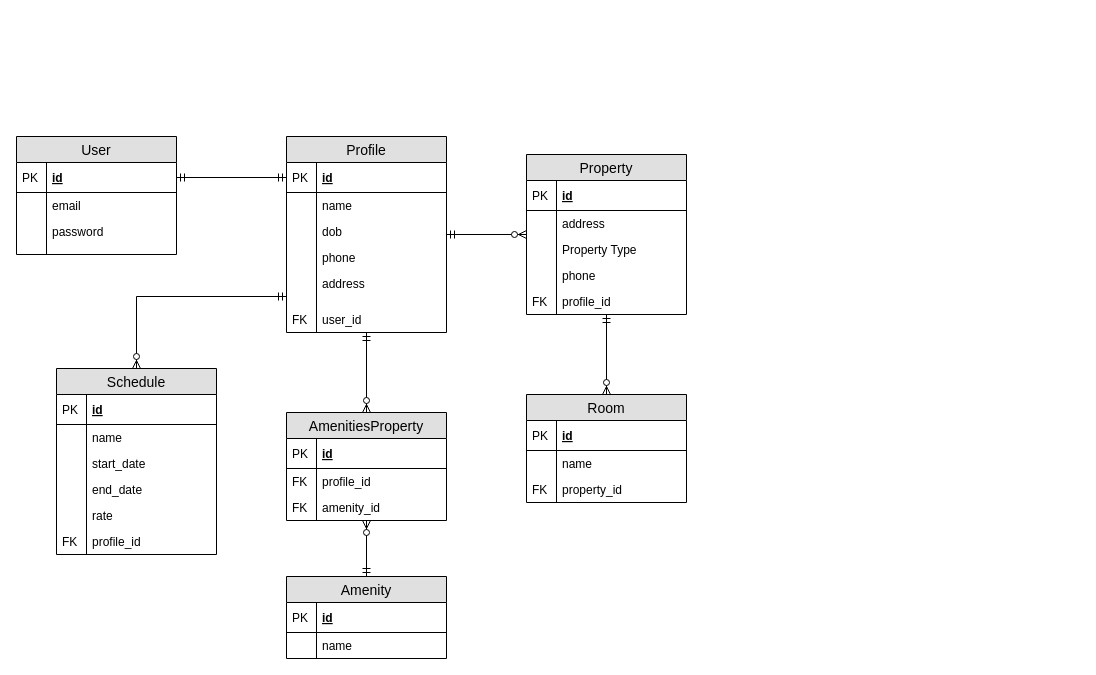
Earlier version of the draw.io diagram air-bnb-erd.drawio (hirengondhiya/HirenGondhiya_T2A1). Source tidied: cells renumbered, new cells numbered last; positions are measured from the earlier drawing's top-left corner, leaving out a move shared by most shapes. Both pictures are drawn from the tidied source at 100%, with x=0, y=0 at pixel (16, 136).
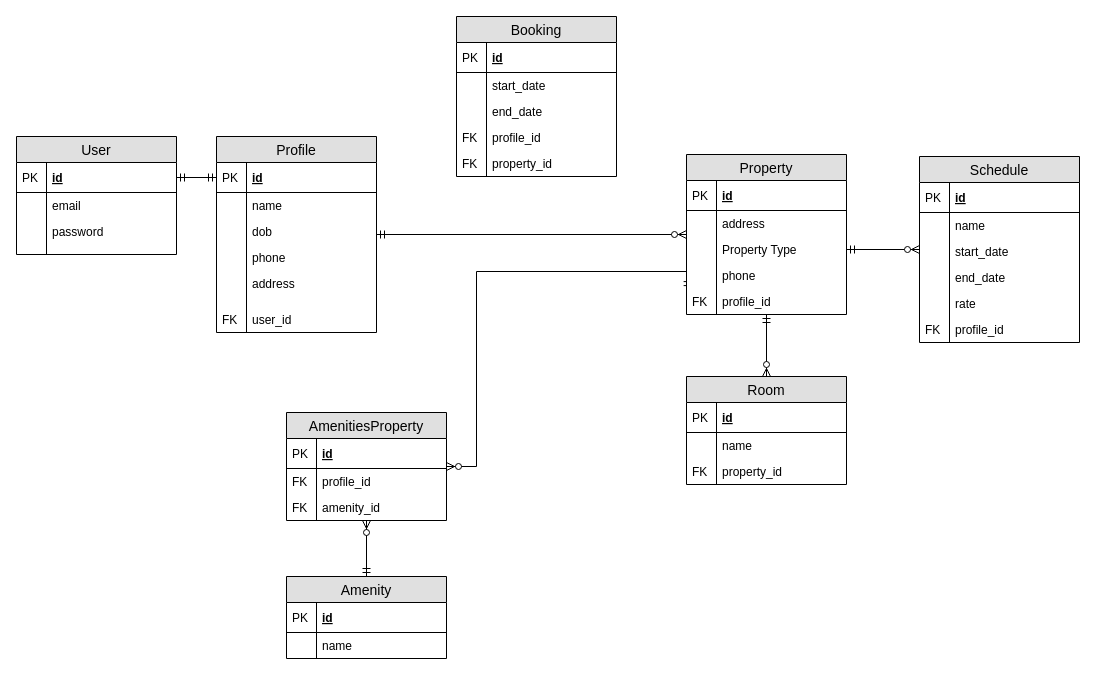
The same diagram, later.

Unchanged cells that the change refers to:
```xml
<mxCell id="44" value="AmenitiesProperty" style="swimlane;fontStyle=0;horizontal=1;startSize=26;fillColor=#e0e0e0;swimlaneFillColor=#ffffff;align=center;fontSize=14;" parent="1" vertex="1">
  <mxGeometry x="270" y="276" width="160" height="108" as="geometry" />
</mxCell>
<mxCell id="62" value="Property Type" style="shape=partialRectangle;top=0;left=0;right=0;bottom=0;align=left;verticalAlign=top;fillColor=none;spacingLeft=34;spacingRight=4;overflow=hidden;points=[[0,0.5],[1,0.5]];portConstraint=eastwest;fontSize=12;" parent="57" vertex="1">
  <mxGeometry y="82" width="160" height="26" as="geometry" />
</mxCell>
<mxCell id="66" value="profile_id" style="shape=partialRectangle;top=0;left=0;right=0;bottom=0;align=left;verticalAlign=top;fillColor=none;spacingLeft=34;spacingRight=4;overflow=hidden;points=[[0,0.5],[1,0.5]];portConstraint=eastwest;fontSize=12;" parent="57" vertex="1">
  <mxGeometry y="134" width="160" height="26" as="geometry" />
</mxCell>
```

Diff of the diagram source:
```diff
@@
-    <mxCell id="13" style="edgeStyle=orthogonalEdgeStyle;rounded=0;jettySize=auto;html=1;startArrow=ERmandOne;startFill=0;endArrow=ERzeroToMany;endFill=1;" parent="1" edge="1" source="15" target="44">
-      <mxGeometry relative="1" as="geometry" />
-    </mxCell>
-    <mxCell id="14" style="edgeStyle=orthogonalEdgeStyle;rounded=0;jettySize=auto;html=1;startArrow=ERmandOne;startFill=0;endArrow=ERzeroToMany;endFill=1;" parent="1" edge="1" source="15" target="30">
-      <mxGeometry relative="1" as="geometry">
-        <Array as="points">
-          <mxPoint x="120" y="160" />
-        </Array>
-      </mxGeometry>
-    </mxCell>
     <mxCell id="15" value="Profile" style="swimlane;fontStyle=0;horizontal=1;startSize=26;fillColor=#e0e0e0;swimlaneFillColor=#ffffff;align=center;fontSize=14;" parent="1" vertex="1">
-      <mxGeometry x="270" width="160" height="196" as="geometry" />
+      <mxGeometry x="200" width="160" height="196" as="geometry" />
     </mxCell>
@@
+    <mxCell id="75" style="edgeStyle=orthogonalEdgeStyle;rounded=0;jettySize=auto;html=1;entryX=1;entryY=0.5;entryDx=0;entryDy=0;startArrow=ERzeroToMany;startFill=1;endArrow=ERmandOne;endFill=0;" parent="1" edge="1" source="30" target="62">
+      <mxGeometry relative="1" as="geometry" />
+    </mxCell>
     <mxCell id="30" value="Schedule" style="swimlane;fontStyle=0;horizontal=1;startSize=26;fillColor=#e0e0e0;swimlaneFillColor=#ffffff;align=center;fontSize=14;" parent="1" vertex="1">
-      <mxGeometry x="40" y="232" width="160" height="186" as="geometry" />
+      <mxGeometry x="903" y="20" width="160" height="186" as="geometry" />
     </mxCell>
@@
+    <mxCell id="76" style="edgeStyle=orthogonalEdgeStyle;rounded=0;jettySize=auto;html=1;entryX=0.007;entryY=0.042;entryDx=0;entryDy=0;entryPerimeter=0;startArrow=ERzeroToMany;startFill=1;endArrow=ERmandOne;endFill=0;" parent="1" edge="1" source="44" target="66">
+      <mxGeometry relative="1" as="geometry">
+        <Array as="points">
+          <mxPoint x="460" y="330" />
+          <mxPoint x="460" y="135" />
+        </Array>
+      </mxGeometry>
+    </mxCell>
@@
     <mxCell id="57" value="Property" style="swimlane;fontStyle=0;horizontal=1;startSize=26;fillColor=#e0e0e0;swimlaneFillColor=#ffffff;align=center;fontSize=14;" parent="1" vertex="1">
-      <mxGeometry x="510" y="18" width="160" height="160" as="geometry" />
+      <mxGeometry x="670" y="18" width="160" height="160" as="geometry" />
     </mxCell>
@@
     <mxCell id="68" value="Room" style="swimlane;fontStyle=0;horizontal=1;startSize=26;fillColor=#e0e0e0;swimlaneFillColor=#ffffff;align=center;fontSize=14;" parent="1" vertex="1">
-      <mxGeometry x="510" y="258" width="160" height="108" as="geometry" />
+      <mxGeometry x="670" y="240" width="160" height="108" as="geometry" />
     </mxCell>
@@
+    <mxCell id="77" value="Booking" style="swimlane;fontStyle=0;horizontal=1;startSize=26;fillColor=#e0e0e0;swimlaneFillColor=#ffffff;align=center;fontSize=14;" parent="1" vertex="1">
+      <mxGeometry x="440" y="-120" width="160" height="160" as="geometry" />
+    </mxCell>
+    <mxCell id="78" value="id" style="shape=partialRectangle;top=0;left=0;right=0;bottom=1;align=left;verticalAlign=middle;fillColor=none;spacingLeft=34;spacingRight=4;overflow=hidden;fontStyle=5;fontSize=12;" parent="77" vertex="1">
+      <mxGeometry y="26" width="160" height="30" as="geometry" />
+    </mxCell>
+    <mxCell id="79" value="PK" style="shape=partialRectangle;top=0;left=0;bottom=0;fillColor=none;align=left;verticalAlign=middle;spacingLeft=4;spacingRight=4;overflow=hidden;fontSize=12;" parent="78" vertex="1">
+      <mxGeometry width="30" height="30" as="geometry" />
+    </mxCell>
+    <mxCell id="80" value="start_date" style="shape=partialRectangle;top=0;left=0;right=0;bottom=0;align=left;verticalAlign=top;fillColor=none;spacingLeft=34;spacingRight=4;overflow=hidden;fontSize=12;" parent="77" vertex="1">
+      <mxGeometry y="56" width="160" height="26" as="geometry" />
+    </mxCell>
+    <mxCell id="81" style="shape=partialRectangle;top=0;left=0;bottom=0;fillColor=none;align=left;verticalAlign=top;spacingLeft=4;spacingRight=4;overflow=hidden;fontSize=12;" parent="80" vertex="1">
+      <mxGeometry width="30" height="26" as="geometry" />
+    </mxCell>
+    <mxCell id="82" value="end_date" style="shape=partialRectangle;top=0;left=0;right=0;bottom=0;align=left;verticalAlign=top;fillColor=none;spacingLeft=34;spacingRight=4;overflow=hidden;fontSize=12;" parent="77" vertex="1">
+      <mxGeometry y="82" width="160" height="26" as="geometry" />
+    </mxCell>
+    <mxCell id="83" style="shape=partialRectangle;top=0;left=0;bottom=0;fillColor=none;align=left;verticalAlign=top;spacingLeft=4;spacingRight=4;overflow=hidden;fontSize=12;" parent="82" vertex="1">
+      <mxGeometry width="30" height="26" as="geometry" />
+    </mxCell>
+    <mxCell id="84" value="profile_id" style="shape=partialRectangle;top=0;left=0;right=0;bottom=0;align=left;verticalAlign=top;fillColor=none;spacingLeft=34;spacingRight=4;overflow=hidden;fontSize=12;" parent="77" vertex="1">
+      <mxGeometry y="108" width="160" height="26" as="geometry" />
+    </mxCell>
+    <mxCell id="85" value="FK" style="shape=partialRectangle;top=0;left=0;bottom=0;fillColor=none;align=left;verticalAlign=top;spacingLeft=4;spacingRight=4;overflow=hidden;fontSize=12;" parent="84" vertex="1">
+      <mxGeometry width="30" height="26" as="geometry" />
+    </mxCell>
+    <mxCell id="86" value="property_id" style="shape=partialRectangle;top=0;left=0;right=0;bottom=0;align=left;verticalAlign=top;fillColor=none;spacingLeft=34;spacingRight=4;overflow=hidden;fontSize=12;" parent="77" vertex="1">
+      <mxGeometry y="134" width="160" height="26" as="geometry" />
+    </mxCell>
+    <mxCell id="87" value="FK" style="shape=partialRectangle;top=0;left=0;bottom=0;fillColor=none;align=left;verticalAlign=top;spacingLeft=4;spacingRight=4;overflow=hidden;fontSize=12;" parent="86" vertex="1">
+      <mxGeometry width="30" height="26" as="geometry" />
+    </mxCell>
```
